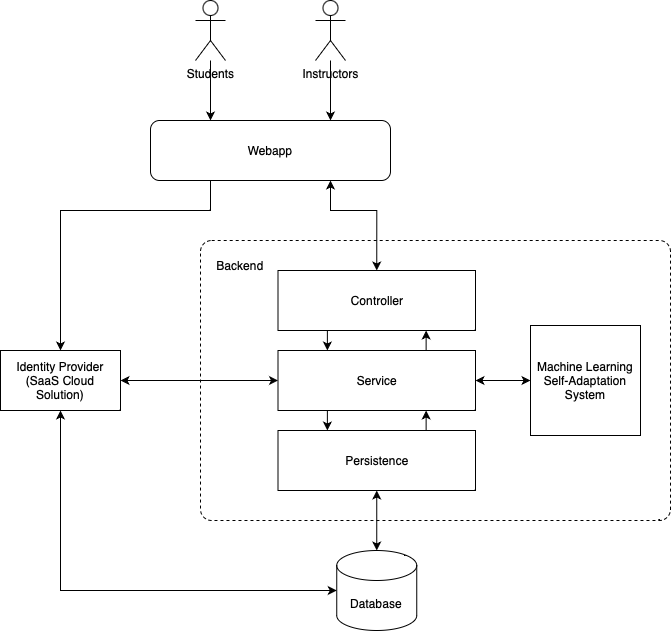
The draw.io diagram as-developers/images/architecture.png in stephenneale/seng371-group16, before a commit. Source tidied: cells renumbered, new cells last; positions are measured from the earlier drawing's top-left corner, leaving out a move shared by most shapes.
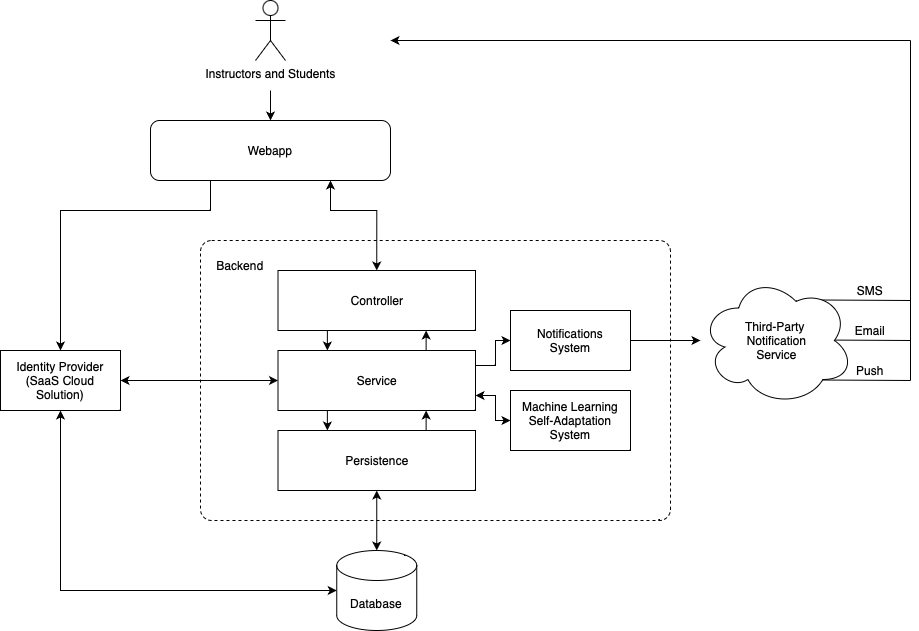
The same diagram one commit later.

Commit message:
Update architecture diagram

Closes #26

The edit, as a diff of the source:
```diff
@@ -2,21 +2,35 @@
   <root>
     <mxCell id="0" />
     <mxCell id="1" parent="0" />
+    <mxCell id="25" style="endArrow=none;html=1;rounded=0;" parent="1" edge="1">
+      <mxGeometry relative="1" as="geometry">
+        <mxPoint x="820" y="299.5" as="sourcePoint" />
+        <mxPoint x="910" y="300" as="targetPoint" />
+      </mxGeometry>
+    </mxCell>
+    <mxCell id="26" style="endArrow=none;html=1;rounded=0;" parent="1" edge="1">
+      <mxGeometry relative="1" as="geometry">
+        <mxPoint x="820" y="339.5" as="sourcePoint" />
+        <mxPoint x="910" y="340" as="targetPoint" />
+      </mxGeometry>
+    </mxCell>
+    <mxCell id="27" style="endArrow=none;html=1;rounded=0;" parent="1" edge="1">
+      <mxGeometry relative="1" as="geometry">
+        <mxPoint x="820" y="379.5" as="sourcePoint" />
+        <mxPoint x="910" y="380" as="targetPoint" />
+      </mxGeometry>
+    </mxCell>
     <mxCell id="2" style="rounded=1;whiteSpace=wrap;html=1;dashed=1;arcSize=4;" parent="1" vertex="1">
       <mxGeometry x="200" y="240" width="470" height="280" as="geometry" />
     </mxCell>
-    <mxCell id="3" style="edgeStyle=orthogonalEdgeStyle;rounded=0;jettySize=auto;html=1;entryX=0.25;entryY=0;entryDx=0;entryDy=0;" parent="1" edge="1" source="4" target="9">
-      <mxGeometry relative="1" as="geometry" />
+    <mxCell id="3" style="edgeStyle=orthogonalEdgeStyle;rounded=0;jettySize=auto;html=1;entryX=0.5;entryY=0;entryDx=0;entryDy=0;" parent="1" edge="1" target="9">
+      <mxGeometry relative="1" as="geometry">
+        <mxPoint x="270" y="90" as="sourcePoint" />
+      </mxGeometry>
     </mxCell>
-    <mxCell id="4" value="Students" style="shape=umlActor;verticalLabelPosition=bottom;verticalAlign=top;html=1;outlineConnect=0;" parent="1" vertex="1">
-      <mxGeometry x="195" width="30" height="60" as="geometry" />
+    <mxCell id="4" value="Instructors and Students" style="shape=umlActor;verticalLabelPosition=bottom;verticalAlign=top;html=1;outlineConnect=0;" parent="1" vertex="1">
+      <mxGeometry x="255" width="30" height="60" as="geometry" />
     </mxCell>
-    <mxCell id="5" style="edgeStyle=orthogonalEdgeStyle;rounded=0;jettySize=auto;html=1;entryX=0.75;entryY=0;entryDx=0;entryDy=0;" parent="1" edge="1" source="6" target="9">
-      <mxGeometry relative="1" as="geometry" />
-    </mxCell>
-    <mxCell id="6" value="Instructors" style="shape=umlActor;verticalLabelPosition=bottom;verticalAlign=top;html=1;outlineConnect=0;" parent="1" vertex="1">
-      <mxGeometry x="315" width="30" height="60" as="geometry" />
-    </mxCell>
     <mxCell id="7" style="edgeStyle=orthogonalEdgeStyle;rounded=0;jettySize=auto;html=1;exitX=0.25;exitY=1;exitDx=0;exitDy=0;entryX=0.5;entryY=0;entryDx=0;entryDy=0;" parent="1" edge="1" source="9" target="12">
       <mxGeometry relative="1" as="geometry">
         <Array as="points">
@@ -63,6 +77,12 @@
     <mxCell id="18" style="edgeStyle=orthogonalEdgeStyle;rounded=0;jettySize=auto;html=1;exitX=0.75;exitY=0;exitDx=0;exitDy=0;entryX=0.75;entryY=1;entryDx=0;entryDy=0;" parent="1" edge="1" source="19" target="16">
       <mxGeometry relative="1" as="geometry" />
     </mxCell>
+    <mxCell id="28" style="edgeStyle=orthogonalEdgeStyle;rounded=0;jettySize=auto;html=1;exitX=1;exitY=0.75;exitDx=0;exitDy=0;entryX=0;entryY=0.5;entryDx=0;entryDy=0;startArrow=classic;startFill=1;" parent="1" edge="1" source="19" target="24">
+      <mxGeometry relative="1" as="geometry" />
+    </mxCell>
+    <mxCell id="29" style="edgeStyle=orthogonalEdgeStyle;rounded=0;jettySize=auto;html=1;exitX=1;exitY=0.25;exitDx=0;exitDy=0;entryX=0;entryY=0.5;entryDx=0;entryDy=0;" parent="1" edge="1" source="19" target="31">
+      <mxGeometry relative="1" as="geometry" />
+    </mxCell>
     <mxCell id="19" value="Service" style="rounded=0;whiteSpace=wrap;html=1;" parent="1" vertex="1">
       <mxGeometry x="277.5" y="350" width="197.5" height="60" as="geometry" />
     </mxCell>
@@ -75,11 +95,38 @@
     <mxCell id="22" value="Persistence" style="rounded=0;whiteSpace=wrap;html=1;" parent="1" vertex="1">
       <mxGeometry x="277.5" y="430" width="197.5" height="60" as="geometry" />
     </mxCell>
-    <mxCell id="23" style="edgeStyle=orthogonalEdgeStyle;rounded=0;jettySize=auto;html=1;startArrow=classic;startFill=1;" parent="1" edge="1" source="24" target="19">
-      <mxGeometry relative="1" as="geometry" />
-    </mxCell>
-    <mxCell id="24" value="Machine Learning Self-Adaptation System" style="whiteSpace=wrap;html=1;" parent="1" vertex="1">
-      <mxGeometry x="530" y="325" width="110" height="110" as="geometry" />
+    <mxCell id="24" value="Machine Learning Self-Adaptation System" style="rounded=0;whiteSpace=wrap;html=1;" parent="1" vertex="1">
+      <mxGeometry x="510" y="390" width="120" height="60" as="geometry" />
     </mxCell>
+    <mxCell id="30" style="edgeStyle=orthogonalEdgeStyle;rounded=0;jettySize=auto;html=1;exitX=1;exitY=0.5;exitDx=0;exitDy=0;" parent="1" edge="1" source="31" target="32">
+      <mxGeometry relative="1" as="geometry" />
+    </mxCell>
+    <mxCell id="31" value="Notifications&lt;br&gt;System" style="rounded=0;whiteSpace=wrap;html=1;" parent="1" vertex="1">
+      <mxGeometry x="510" y="310" width="120" height="60" as="geometry" />
+    </mxCell>
+    <mxCell id="32" value="Third-Party&amp;nbsp;&lt;br&gt;Notification&lt;br&gt;Service" style="ellipse;shape=cloud;whiteSpace=wrap;html=1;" parent="1" vertex="1">
+      <mxGeometry x="700" y="275" width="153" height="130" as="geometry" />
+    </mxCell>
+    <mxCell id="33" style="endArrow=none;html=1;rounded=0;" parent="1" edge="1">
+      <mxGeometry relative="1" as="geometry">
+        <mxPoint x="910" y="40" as="sourcePoint" />
+        <mxPoint x="910" y="380" as="targetPoint" />
+      </mxGeometry>
+    </mxCell>
+    <mxCell id="34" style="endArrow=classic;html=1;rounded=0;" parent="1" edge="1">
+      <mxGeometry relative="1" as="geometry">
+        <mxPoint x="910" y="40" as="sourcePoint" />
+        <mxPoint x="390" y="40" as="targetPoint" />
+      </mxGeometry>
+    </mxCell>
+    <mxCell id="35" value="SMS" style="text;html=1;strokeColor=none;fillColor=none;align=center;verticalAlign=middle;whiteSpace=wrap;rounded=0;" parent="1" vertex="1">
+      <mxGeometry x="840" y="275" width="60" height="30" as="geometry" />
+    </mxCell>
+    <mxCell id="36" value="Email" style="text;html=1;strokeColor=none;fillColor=none;align=center;verticalAlign=middle;whiteSpace=wrap;rounded=0;" parent="1" vertex="1">
+      <mxGeometry x="840" y="315" width="60" height="30" as="geometry" />
+    </mxCell>
+    <mxCell id="37" value="Push" style="text;html=1;strokeColor=none;fillColor=none;align=center;verticalAlign=middle;whiteSpace=wrap;rounded=0;" parent="1" vertex="1">
+      <mxGeometry x="840" y="355" width="60" height="30" as="geometry" />
+    </mxCell>
   </root>
 </mxGraphModel>
```
